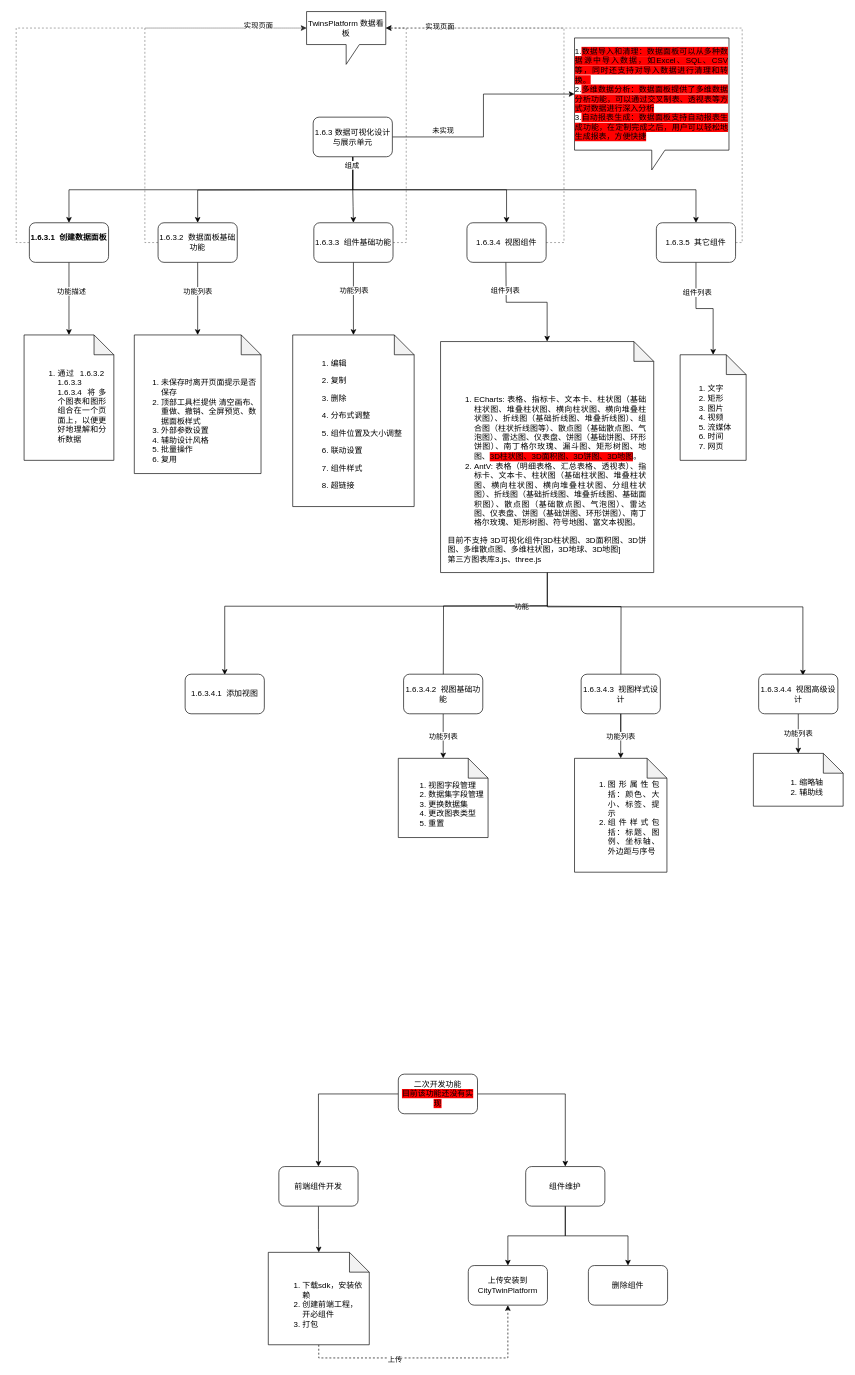
This is work/bigdataVisual.drawio from jinweizhiyuan/app.diagrams.net, a draw.io file, before an edit. Source tidied: cells renumbered, new cells numbered last; positions are measured from the earlier drawing's top-left corner, leaving out a move shared by most shapes. Both pictures are drawn from the tidied source at 66%, with x=0, y=0 at pixel (24, 11).
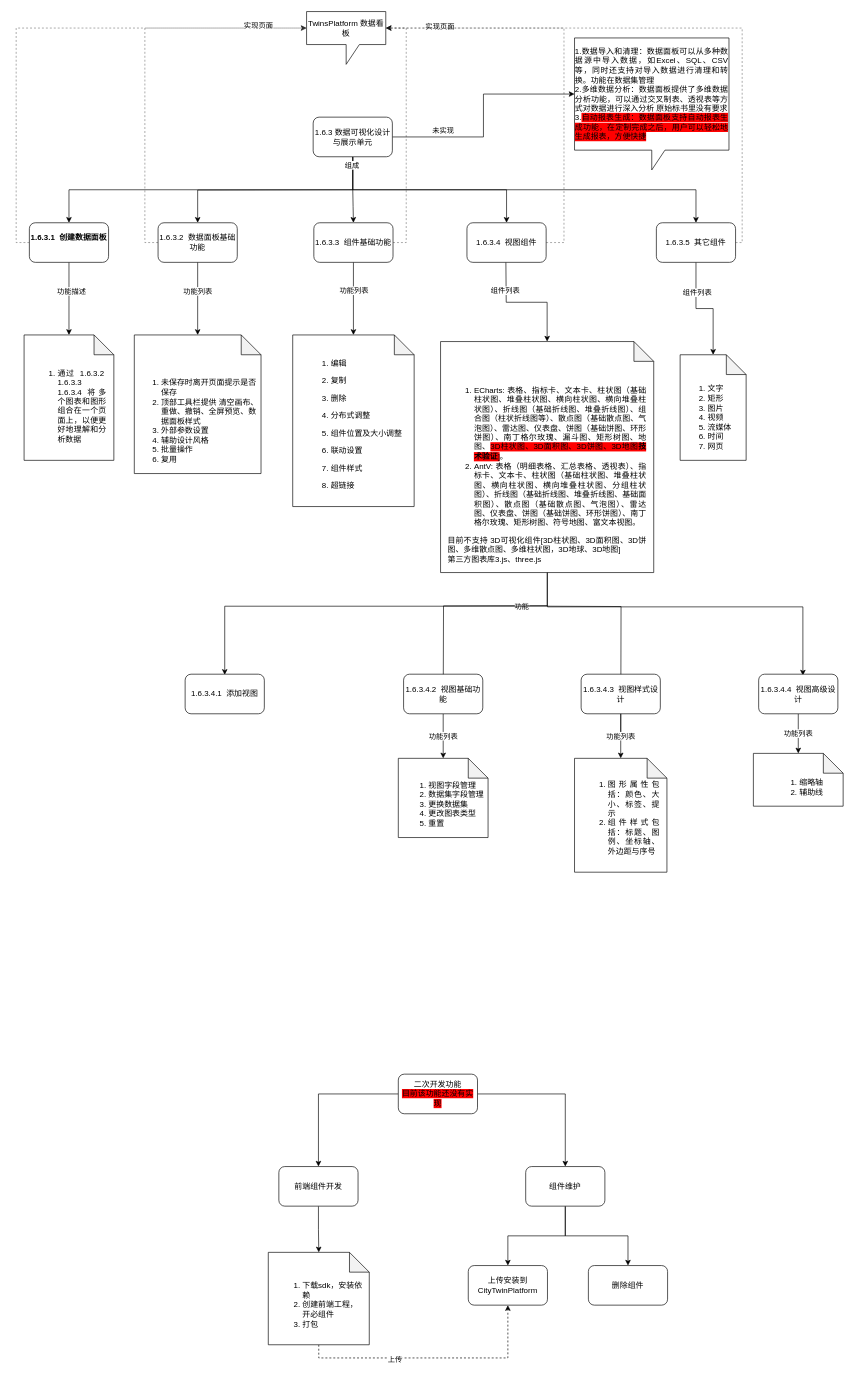
After the change.

What changed in the source:
```diff
@@
-    <mxCell id="39" value="&lt;ol&gt;&lt;li style=&quot;text-align: justify;&quot;&gt;ECharts: 表格、指标卡、文本卡、柱状图（基础柱状图、堆叠柱状图、横向柱状图、横向堆叠柱状图）、折线图（基础折线图、堆叠折线图）、组合图（柱状折线图等）、散点图（基础散点图、气泡图）、雷达图、仪表盘、饼图（基础饼图、环形饼图）、南丁格尔玫瑰、漏斗图、矩形树图、地图、&lt;span style=&quot;background-color: rgb(255, 0, 0);&quot;&gt;3D柱状图、3D面积图、3D饼图、3D地图&lt;/span&gt;。&lt;br&gt;&lt;/li&gt;&lt;li style=&quot;text-align: justify;&quot;&gt;AntV: 表格（明细表格、汇总表格、透视表）、指标卡、文本卡、柱状图（基础柱状图、堆叠柱状图、横向柱状图、横向堆叠柱状图、分组柱状图）、折线图（基础折线图、堆叠折线图、基础面积图）、散点图（基础散点图、气泡图）、雷达图、仪表盘、饼图（基础饼图、环形饼图）、南丁格尔玫瑰、矩形树图、符号地图、富文本视图。&lt;br&gt;&lt;/li&gt;&lt;/ol&gt;&lt;div style=&quot;text-align: justify;&quot;&gt;目前不支持 3D可视化组件[3D柱状图、3D面积图、3D饼图、多维散点图、多维柱状图，3D地球、3D地图]&lt;/div&gt;&lt;div style=&quot;text-align: justify;&quot;&gt;第三方图表库3.js、three.js&lt;/div&gt;" style="shape=note;whiteSpace=wrap;html=1;backgroundOutline=1;darkOpacity=0.05;spacing=12;verticalAlign=bottom;" parent="1" vertex="1">
+    <mxCell id="39" value="&lt;ol&gt;&lt;li style=&quot;text-align: justify;&quot;&gt;ECharts: 表格、指标卡、文本卡、柱状图（基础柱状图、堆叠柱状图、横向柱状图、横向堆叠柱状图）、折线图（基础折线图、堆叠折线图）、组合图（柱状折线图等）、散点图（基础散点图、气泡图）、雷达图、仪表盘、饼图（基础饼图、环形饼图）、南丁格尔玫瑰、漏斗图、矩形树图、地图、&lt;span style=&quot;background-color: rgb(255, 0, 0);&quot;&gt;3D柱状图、3D面积图、3D饼图、3D地图&lt;b&gt;技术验证&lt;/b&gt;]&lt;/span&gt;。&lt;br&gt;&lt;/li&gt;&lt;li style=&quot;text-align: justify;&quot;&gt;AntV: 表格（明细表格、汇总表格、透视表）、指标卡、文本卡、柱状图（基础柱状图、堆叠柱状图、横向柱状图、横向堆叠柱状图、分组柱状图）、折线图（基础折线图、堆叠折线图、基础面积图）、散点图（基础散点图、气泡图）、雷达图、仪表盘、饼图（基础饼图、环形饼图）、南丁格尔玫瑰、矩形树图、符号地图、富文本视图。&lt;br&gt;&lt;/li&gt;&lt;/ol&gt;&lt;div style=&quot;text-align: justify;&quot;&gt;目前不支持 3D可视化组件[3D柱状图、3D面积图、3D饼图、多维散点图、多维柱状图，3D地球、3D地图]&lt;/div&gt;&lt;div style=&quot;text-align: justify;&quot;&gt;第三方图表库3.js、three.js&lt;/div&gt;" style="shape=note;whiteSpace=wrap;html=1;backgroundOutline=1;darkOpacity=0.05;spacing=12;verticalAlign=bottom;" parent="1" vertex="1">
       <mxGeometry x="631" y="500" width="323" height="350" as="geometry" />
     </mxCell>
@@
-    <mxCell id="54" value="&lt;div style=&quot;text-align: justify;&quot;&gt;1.&lt;span style=&quot;background-color: rgb(255, 0, 0);&quot;&gt;数据导入和清理：数据面板可以从多种数据源中导入数据，如Excel、SQL、CSV等，同时还支持对导入数据进行清理和转换。&lt;/span&gt;&lt;/div&gt;&lt;div style=&quot;text-align: justify;&quot;&gt;2.&lt;span style=&quot;background-color: rgb(255, 0, 0);&quot;&gt;多维数据分析：数据面板提供了多维数据分析功能，可以通过交叉制表、透视表等方式对数据进行深入分析&lt;/span&gt;&lt;/div&gt;&lt;div style=&quot;text-align: justify;&quot;&gt;3.&lt;span style=&quot;background-color: rgb(255, 0, 0);&quot;&gt;自动报表生成：数据面板支持自动报表生成功能，在定制完成之后，用户可以轻松地生成报表，方便快捷&lt;/span&gt;&lt;/div&gt;" style="shape=callout;whiteSpace=wrap;html=1;perimeter=calloutPerimeter;" parent="1" vertex="1">
+    <mxCell id="54" value="&lt;div style=&quot;text-align: justify;&quot;&gt;1.数据导入和清理：数据面板可以从多种数据源中导入数据，如Excel、SQL、CSV等，同时还支持对导入数据进行清理和转换。功能在数据集管理&lt;/div&gt;&lt;div style=&quot;text-align: justify;&quot;&gt;2.多维数据分析：数据面板提供了多维数据分析功能，可以通过交叉制表、透视表等方式对数据进行深入分析 原始标书里没有要求&lt;/div&gt;&lt;div style=&quot;text-align: justify;&quot;&gt;3.&lt;span style=&quot;background-color: rgb(255, 0, 0);&quot;&gt;自动报表生成：数据面板支持自动报表生成功能，在定制完成之后，用户可以轻松地生成报表，方便快捷&lt;/span&gt;&lt;/div&gt;" style="shape=callout;whiteSpace=wrap;html=1;perimeter=calloutPerimeter;" parent="1" vertex="1">
       <mxGeometry x="834" y="40" width="234" height="200" as="geometry" />
     </mxCell>
```
